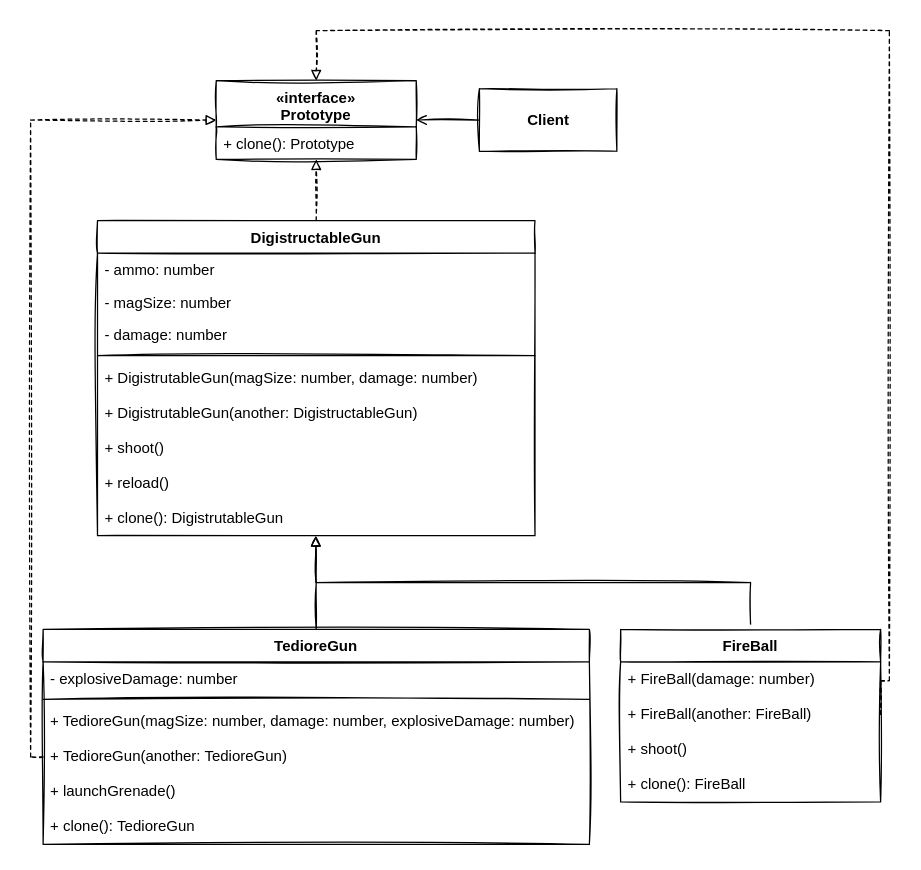
Above: page "Practice" (2 of 2) of src/04-Prototype/UML.drawio in MangoPomelo/DesignPatternPractice (draw.io), before the change. Source tidied: cells renumbered, new cells numbered last; positions are measured from the earlier drawing's top-left corner, leaving out a move shared by most shapes. Both pictures are drawn from the tidied source at 125%, with x=0, y=0 at pixel (42, 30).
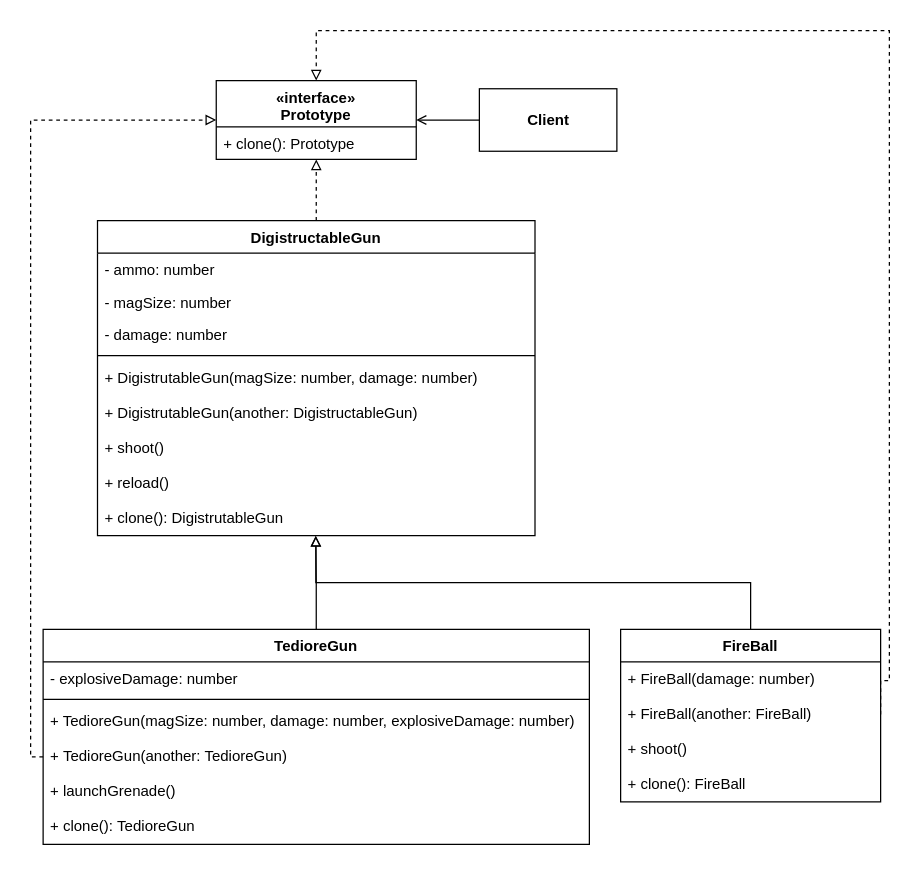
After the change.

Change to the diagram source:
```diff
@@
-    <mxCell id="2" value="«interface»&#10;Prototype" style="swimlane;fontStyle=1;align=center;verticalAlign=top;horizontal=1;startSize=37;sketch=1;" parent="1" vertex="1">
+    <mxCell id="2" value="«interface»&#10;Prototype" style="swimlane;fontStyle=1;align=center;verticalAlign=top;horizontal=1;startSize=37;" parent="1" vertex="1">
       <mxGeometry x="138.5" y="40" width="160" height="63" as="geometry" />
     </mxCell>
-    <mxCell id="3" value="+ clone(): Prototype" style="text;strokeColor=none;fillColor=none;align=left;verticalAlign=top;spacingLeft=4;spacingRight=4;overflow=hidden;sketch=1;" parent="2" vertex="1">
+    <mxCell id="3" value="+ clone(): Prototype" style="text;strokeColor=none;fillColor=none;align=left;verticalAlign=top;spacingLeft=4;spacingRight=4;overflow=hidden;" parent="2" vertex="1">
       <mxGeometry y="37" width="160" height="26" as="geometry" />
     </mxCell>
-    <mxCell id="4" style="edgeStyle=none;html=1;exitX=0.5;exitY=0;exitDx=0;exitDy=0;entryX=0.5;entryY=1;entryDx=0;entryDy=0;endArrow=block;endFill=0;dashed=1;sketch=1;" parent="1" edge="1" source="5" target="2">
+    <mxCell id="4" style="edgeStyle=none;html=1;exitX=0.5;exitY=0;exitDx=0;exitDy=0;entryX=0.5;entryY=1;entryDx=0;entryDy=0;endArrow=block;endFill=0;dashed=1;" parent="1" edge="1" source="5" target="2">
       <mxGeometry relative="1" as="geometry" />
     </mxCell>
-    <mxCell id="5" value="DigistructableGun" style="swimlane;fontStyle=1;align=center;verticalAlign=top;horizontal=1;startSize=26;sketch=1;" parent="1" vertex="1">
+    <mxCell id="5" value="DigistructableGun" style="swimlane;fontStyle=1;align=center;verticalAlign=top;horizontal=1;startSize=26;" parent="1" vertex="1">
       <mxGeometry x="43.5" y="152" width="350" height="252" as="geometry" />
     </mxCell>
-    <mxCell id="6" value="- ammo: number" style="text;strokeColor=none;fillColor=none;align=left;verticalAlign=top;spacingLeft=4;spacingRight=4;overflow=hidden;sketch=1;" parent="5" vertex="1">
+    <mxCell id="6" value="- ammo: number" style="text;strokeColor=none;fillColor=none;align=left;verticalAlign=top;spacingLeft=4;spacingRight=4;overflow=hidden;" parent="5" vertex="1">
       <mxGeometry y="26" width="350" height="26" as="geometry" />
     </mxCell>
-    <mxCell id="7" value="- magSize: number" style="text;strokeColor=none;fillColor=none;align=left;verticalAlign=top;spacingLeft=4;spacingRight=4;overflow=hidden;sketch=1;" parent="5" vertex="1">
+    <mxCell id="7" value="- magSize: number" style="text;strokeColor=none;fillColor=none;align=left;verticalAlign=top;spacingLeft=4;spacingRight=4;overflow=hidden;" parent="5" vertex="1">
       <mxGeometry y="52" width="350" height="26" as="geometry" />
     </mxCell>
-    <mxCell id="8" value="- damage: number" style="text;strokeColor=none;fillColor=none;align=left;verticalAlign=top;spacingLeft=4;spacingRight=4;overflow=hidden;sketch=1;" parent="5" vertex="1">
+    <mxCell id="8" value="- damage: number" style="text;strokeColor=none;fillColor=none;align=left;verticalAlign=top;spacingLeft=4;spacingRight=4;overflow=hidden;" parent="5" vertex="1">
       <mxGeometry y="78" width="350" height="26" as="geometry" />
     </mxCell>
-    <mxCell id="9" style="line;strokeWidth=1;fillColor=none;align=left;verticalAlign=middle;spacingTop=-1;spacingLeft=3;spacingRight=3;labelPosition=right;sketch=1;" parent="5" vertex="1">
+    <mxCell id="9" style="line;strokeWidth=1;fillColor=none;align=left;verticalAlign=middle;spacingTop=-1;spacingLeft=3;spacingRight=3;labelPosition=right;" parent="5" vertex="1">
       <mxGeometry y="104" width="350" height="8" as="geometry" />
     </mxCell>
-    <mxCell id="10" value="+ DigistrutableGun(magSize: number, damage: number)" style="text;strokeColor=none;fillColor=none;align=left;verticalAlign=top;spacingLeft=4;spacingRight=4;overflow=hidden;sketch=1;" parent="5" vertex="1">
+    <mxCell id="10" value="+ DigistrutableGun(magSize: number, damage: number)" style="text;strokeColor=none;fillColor=none;align=left;verticalAlign=top;spacingLeft=4;spacingRight=4;overflow=hidden;" parent="5" vertex="1">
       <mxGeometry y="112" width="350" height="28" as="geometry" />
     </mxCell>
-    <mxCell id="11" value="+ DigistrutableGun(another: DigistructableGun)" style="text;strokeColor=none;fillColor=none;align=left;verticalAlign=top;spacingLeft=4;spacingRight=4;overflow=hidden;sketch=1;" parent="5" vertex="1">
+    <mxCell id="11" value="+ DigistrutableGun(another: DigistructableGun)" style="text;strokeColor=none;fillColor=none;align=left;verticalAlign=top;spacingLeft=4;spacingRight=4;overflow=hidden;" parent="5" vertex="1">
       <mxGeometry y="140" width="350" height="28" as="geometry" />
     </mxCell>
-    <mxCell id="12" value="+ shoot()" style="text;strokeColor=none;fillColor=none;align=left;verticalAlign=top;spacingLeft=4;spacingRight=4;overflow=hidden;sketch=1;" parent="5" vertex="1">
+    <mxCell id="12" value="+ shoot()" style="text;strokeColor=none;fillColor=none;align=left;verticalAlign=top;spacingLeft=4;spacingRight=4;overflow=hidden;" parent="5" vertex="1">
       <mxGeometry y="168" width="350" height="28" as="geometry" />
     </mxCell>
-    <mxCell id="13" value="+ reload()" style="text;strokeColor=none;fillColor=none;align=left;verticalAlign=top;spacingLeft=4;spacingRight=4;overflow=hidden;sketch=1;" parent="5" vertex="1">
+    <mxCell id="13" value="+ reload()" style="text;strokeColor=none;fillColor=none;align=left;verticalAlign=top;spacingLeft=4;spacingRight=4;overflow=hidden;" parent="5" vertex="1">
       <mxGeometry y="196" width="350" height="28" as="geometry" />
     </mxCell>
-    <mxCell id="14" value="+ clone(): DigistrutableGun" style="text;strokeColor=none;fillColor=none;align=left;verticalAlign=top;spacingLeft=4;spacingRight=4;overflow=hidden;points=[[0,0.5],[1,0.5]];portConstraint=eastwest;fontStyle=0;sketch=1;" parent="5" vertex="1">
+    <mxCell id="14" value="+ clone(): DigistrutableGun" style="text;strokeColor=none;fillColor=none;align=left;verticalAlign=top;spacingLeft=4;spacingRight=4;overflow=hidden;points=[[0,0.5],[1,0.5]];portConstraint=eastwest;fontStyle=0;" parent="5" vertex="1">
       <mxGeometry y="224" width="350" height="28" as="geometry" />
     </mxCell>
-    <mxCell id="15" style="edgeStyle=orthogonalEdgeStyle;rounded=0;html=1;exitX=0.5;exitY=0;exitDx=0;exitDy=0;entryX=0.499;entryY=1.012;entryDx=0;entryDy=0;entryPerimeter=0;endArrow=block;endFill=0;sketch=1;" parent="1" edge="1" source="16" target="14">
+    <mxCell id="15" style="edgeStyle=orthogonalEdgeStyle;rounded=0;html=1;exitX=0.5;exitY=0;exitDx=0;exitDy=0;entryX=0.499;entryY=1.012;entryDx=0;entryDy=0;entryPerimeter=0;endArrow=block;endFill=0;" parent="1" edge="1" source="16" target="14">
       <mxGeometry relative="1" as="geometry" />
     </mxCell>
-    <mxCell id="16" value="TedioreGun" style="swimlane;fontStyle=1;align=center;verticalAlign=top;horizontal=1;startSize=26;sketch=1;" parent="1" vertex="1">
+    <mxCell id="16" value="TedioreGun" style="swimlane;fontStyle=1;align=center;verticalAlign=top;horizontal=1;startSize=26;" parent="1" vertex="1">
       <mxGeometry y="479" width="437" height="172" as="geometry" />
     </mxCell>
-    <mxCell id="17" value="- explosiveDamage: number" style="text;strokeColor=none;fillColor=none;align=left;verticalAlign=top;spacingLeft=4;spacingRight=4;overflow=hidden;sketch=1;" parent="16" vertex="1">
+    <mxCell id="17" value="- explosiveDamage: number" style="text;strokeColor=none;fillColor=none;align=left;verticalAlign=top;spacingLeft=4;spacingRight=4;overflow=hidden;" parent="16" vertex="1">
       <mxGeometry y="26" width="437" height="26" as="geometry" />
     </mxCell>
-    <mxCell id="18" style="line;strokeWidth=1;fillColor=none;align=left;verticalAlign=middle;spacingTop=-1;spacingLeft=3;spacingRight=3;labelPosition=right;sketch=1;" parent="16" vertex="1">
+    <mxCell id="18" style="line;strokeWidth=1;fillColor=none;align=left;verticalAlign=middle;spacingTop=-1;spacingLeft=3;spacingRight=3;labelPosition=right;" parent="16" vertex="1">
       <mxGeometry y="52" width="437" height="8" as="geometry" />
     </mxCell>
-    <mxCell id="19" value="+ TedioreGun(magSize: number, damage: number, explosiveDamage: number)" style="text;strokeColor=none;fillColor=none;align=left;verticalAlign=top;spacingLeft=4;spacingRight=4;overflow=hidden;sketch=1;" parent="16" vertex="1">
+    <mxCell id="19" value="+ TedioreGun(magSize: number, damage: number, explosiveDamage: number)" style="text;strokeColor=none;fillColor=none;align=left;verticalAlign=top;spacingLeft=4;spacingRight=4;overflow=hidden;" parent="16" vertex="1">
       <mxGeometry y="60" width="437" height="28" as="geometry" />
     </mxCell>
-    <mxCell id="20" value="+ TedioreGun(another: TedioreGun)" style="text;strokeColor=none;fillColor=none;align=left;verticalAlign=top;spacingLeft=4;spacingRight=4;overflow=hidden;points=[[0,0.5],[1,0.5]];portConstraint=eastwest;sketch=1;" parent="16" vertex="1">
+    <mxCell id="20" value="+ TedioreGun(another: TedioreGun)" style="text;strokeColor=none;fillColor=none;align=left;verticalAlign=top;spacingLeft=4;spacingRight=4;overflow=hidden;points=[[0,0.5],[1,0.5]];portConstraint=eastwest;" parent="16" vertex="1">
       <mxGeometry y="88" width="437" height="28" as="geometry" />
     </mxCell>
-    <mxCell id="21" value="+ launchGrenade()" style="text;strokeColor=none;fillColor=none;align=left;verticalAlign=top;spacingLeft=4;spacingRight=4;overflow=hidden;sketch=1;" parent="16" vertex="1">
+    <mxCell id="21" value="+ launchGrenade()" style="text;strokeColor=none;fillColor=none;align=left;verticalAlign=top;spacingLeft=4;spacingRight=4;overflow=hidden;" parent="16" vertex="1">
       <mxGeometry y="116" width="437" height="28" as="geometry" />
     </mxCell>
-    <mxCell id="22" value="+ clone(): TedioreGun" style="text;strokeColor=none;fillColor=none;align=left;verticalAlign=top;spacingLeft=4;spacingRight=4;overflow=hidden;sketch=1;" parent="16" vertex="1">
+    <mxCell id="22" value="+ clone(): TedioreGun" style="text;strokeColor=none;fillColor=none;align=left;verticalAlign=top;spacingLeft=4;spacingRight=4;overflow=hidden;" parent="16" vertex="1">
       <mxGeometry y="144" width="437" height="28" as="geometry" />
     </mxCell>
-    <mxCell id="23" style="edgeStyle=none;html=1;exitX=0;exitY=0.5;exitDx=0;exitDy=0;entryX=1;entryY=0.5;entryDx=0;entryDy=0;endArrow=open;endFill=0;sketch=1;" parent="1" edge="1" source="24" target="2">
+    <mxCell id="23" style="edgeStyle=none;html=1;exitX=0;exitY=0.5;exitDx=0;exitDy=0;entryX=1;entryY=0.5;entryDx=0;entryDy=0;endArrow=open;endFill=0;" parent="1" edge="1" source="24" target="2">
       <mxGeometry relative="1" as="geometry" />
     </mxCell>
-    <mxCell id="24" value="Client" style="html=1;fontStyle=1;sketch=1;" parent="1" vertex="1">
+    <mxCell id="24" value="Client" style="html=1;fontStyle=1;" parent="1" vertex="1">
       <mxGeometry x="349" y="46.5" width="110" height="50" as="geometry" />
     </mxCell>
-    <mxCell id="25" style="edgeStyle=orthogonalEdgeStyle;html=1;exitX=0.5;exitY=0;exitDx=0;exitDy=0;endArrow=block;endFill=0;rounded=0;entryX=0.499;entryY=1.005;entryDx=0;entryDy=0;entryPerimeter=0;sketch=1;" parent="1" edge="1" source="26" target="14">
+    <mxCell id="25" style="edgeStyle=orthogonalEdgeStyle;html=1;exitX=0.5;exitY=0;exitDx=0;exitDy=0;endArrow=block;endFill=0;rounded=0;entryX=0.499;entryY=1.005;entryDx=0;entryDy=0;entryPerimeter=0;" parent="1" edge="1" source="26" target="14">
       <mxGeometry relative="1" as="geometry" />
     </mxCell>
-    <mxCell id="26" value="FireBall" style="swimlane;fontStyle=1;align=center;verticalAlign=top;horizontal=1;startSize=26;sketch=1;" parent="1" vertex="1">
+    <mxCell id="26" value="FireBall" style="swimlane;fontStyle=1;align=center;verticalAlign=top;horizontal=1;startSize=26;" parent="1" vertex="1">
       <mxGeometry x="462" y="479" width="208" height="138" as="geometry" />
     </mxCell>
-    <mxCell id="27" value="+ FireBall(damage: number)" style="text;strokeColor=none;fillColor=none;align=left;verticalAlign=top;spacingLeft=4;spacingRight=4;overflow=hidden;sketch=1;" parent="26" vertex="1">
+    <mxCell id="27" value="+ FireBall(damage: number)" style="text;strokeColor=none;fillColor=none;align=left;verticalAlign=top;spacingLeft=4;spacingRight=4;overflow=hidden;" parent="26" vertex="1">
       <mxGeometry y="26" width="208" height="28" as="geometry" />
     </mxCell>
-    <mxCell id="28" value="+ FireBall(another: FireBall)" style="text;strokeColor=none;fillColor=none;align=left;verticalAlign=top;spacingLeft=4;spacingRight=4;overflow=hidden;points=[[0,0.5],[1,0.5]];portConstraint=eastwest;sketch=1;" parent="26" vertex="1">
+    <mxCell id="28" value="+ FireBall(another: FireBall)" style="text;strokeColor=none;fillColor=none;align=left;verticalAlign=top;spacingLeft=4;spacingRight=4;overflow=hidden;points=[[0,0.5],[1,0.5]];portConstraint=eastwest;" parent="26" vertex="1">
       <mxGeometry y="54" width="208" height="28" as="geometry" />
     </mxCell>
-    <mxCell id="29" value="+ shoot()" style="text;strokeColor=none;fillColor=none;align=left;verticalAlign=top;spacingLeft=4;spacingRight=4;overflow=hidden;sketch=1;" parent="26" vertex="1">
+    <mxCell id="29" value="+ shoot()" style="text;strokeColor=none;fillColor=none;align=left;verticalAlign=top;spacingLeft=4;spacingRight=4;overflow=hidden;" parent="26" vertex="1">
       <mxGeometry y="82" width="208" height="28" as="geometry" />
     </mxCell>
-    <mxCell id="30" value="+ clone(): FireBall" style="text;strokeColor=none;fillColor=none;align=left;verticalAlign=top;spacingLeft=4;spacingRight=4;overflow=hidden;sketch=1;" parent="26" vertex="1">
+    <mxCell id="30" value="+ clone(): FireBall" style="text;strokeColor=none;fillColor=none;align=left;verticalAlign=top;spacingLeft=4;spacingRight=4;overflow=hidden;" parent="26" vertex="1">
       <mxGeometry y="110" width="208" height="28" as="geometry" />
     </mxCell>
-    <mxCell id="31" style="edgeStyle=orthogonalEdgeStyle;rounded=0;sketch=1;html=1;exitX=0;exitY=0.5;exitDx=0;exitDy=0;entryX=0;entryY=0.5;entryDx=0;entryDy=0;endArrow=block;endFill=0;dashed=1;" parent="1" edge="1" source="20" target="2">
+    <mxCell id="31" style="edgeStyle=orthogonalEdgeStyle;rounded=0;html=1;exitX=0;exitY=0.5;exitDx=0;exitDy=0;entryX=0;entryY=0.5;entryDx=0;entryDy=0;endArrow=block;endFill=0;dashed=1;" parent="1" edge="1" source="20" target="2">
       <mxGeometry relative="1" as="geometry" />
     </mxCell>
-    <mxCell id="32" style="edgeStyle=orthogonalEdgeStyle;rounded=0;sketch=1;html=1;exitX=1;exitY=0.5;exitDx=0;exitDy=0;entryX=0.5;entryY=0;entryDx=0;entryDy=0;dashed=1;endArrow=block;endFill=0;" parent="1" edge="1" source="28" target="2">
+    <mxCell id="32" style="edgeStyle=orthogonalEdgeStyle;rounded=0;html=1;exitX=1;exitY=0.5;exitDx=0;exitDy=0;entryX=0.5;entryY=0;entryDx=0;entryDy=0;dashed=1;endArrow=block;endFill=0;" parent="1" edge="1" source="28" target="2">
       <mxGeometry relative="1" as="geometry">
         <Array as="points">
           <mxPoint x="677" y="520" />
           <mxPoint x="677" />
           <mxPoint x="219" />
         </Array>
       </mxGeometry>
     </mxCell>
```
